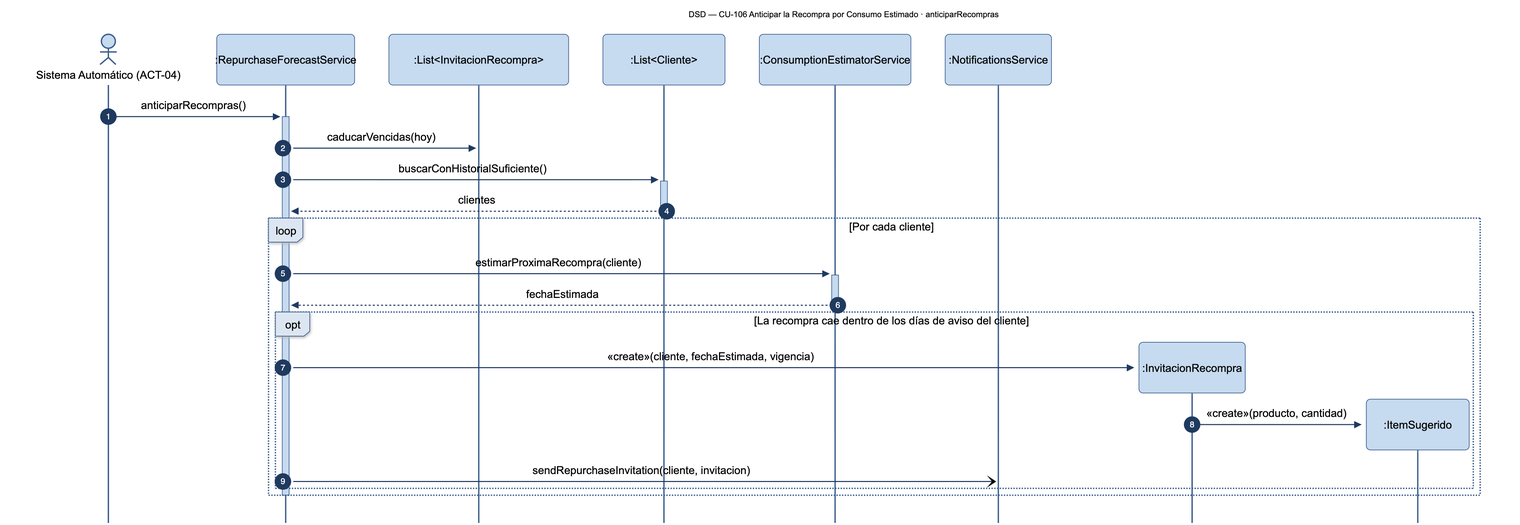
Earlier version of the Mermaid export diagramas/png/DSD_CU-106_anticiparRecompras.png (Nahuelito-Dev/splg-docs). Its source is kept beside it as diagramas/DSD_CU-106_anticiparRecompras.mmd.
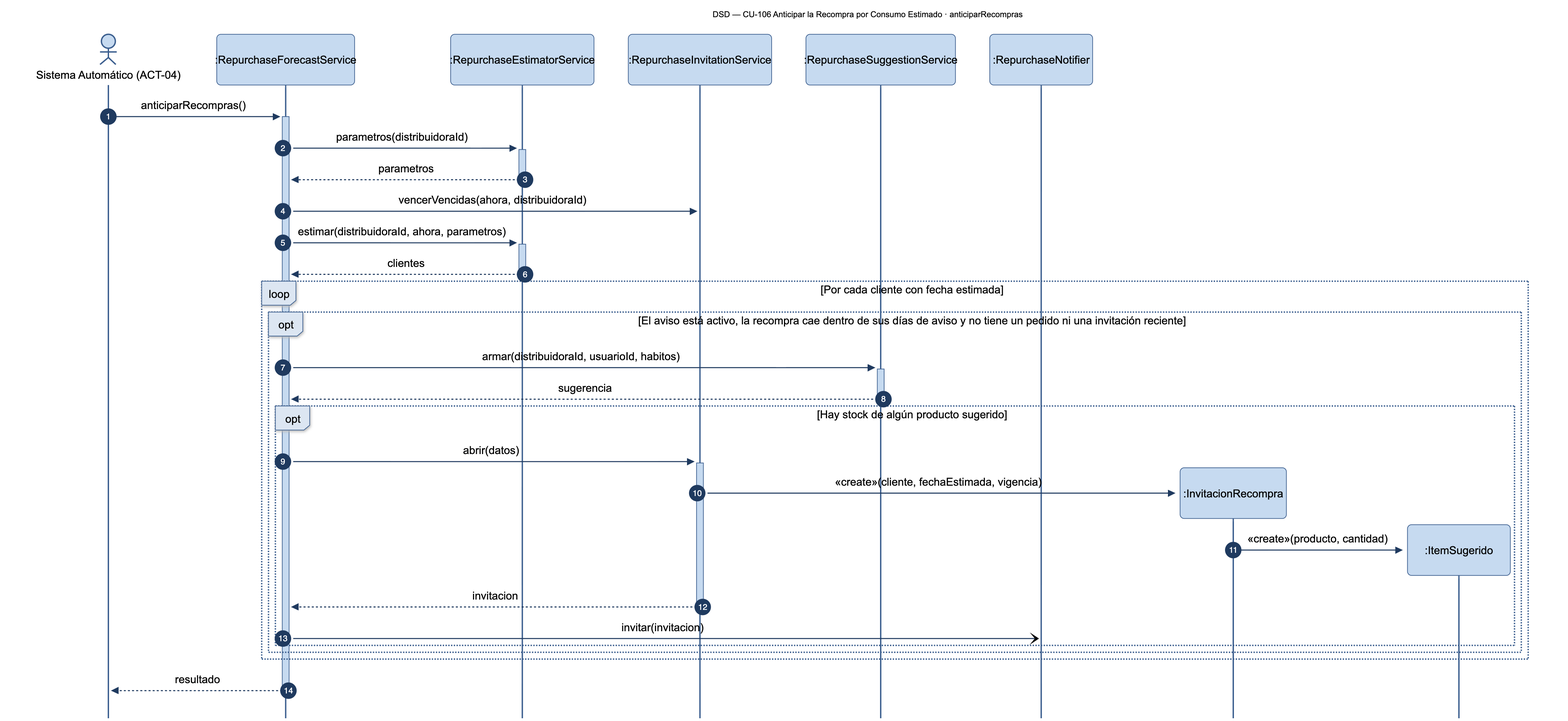
The same diagram one commit later.

Diff of the diagram source:
```diff
@@ -3,24 +3,30 @@
     autonumber
     actor SIS as Sistema Automático (ACT-04)
     participant RFS as :RepurchaseForecastService
-    participant INVS as :List#lt;InvitacionRecompra#gt;
-    participant CLIS as :List#lt;Cliente#gt;
-    participant EST as :ConsumptionEstimatorService
-    participant NOT as :NotificationsService
+    participant EST as :RepurchaseEstimatorService
+    participant INVS as :RepurchaseInvitationService
+    participant SUG as :RepurchaseSuggestionService
+    participant NOT as :RepurchaseNotifier
 
     SIS->>+RFS: anticiparRecompras()
-    RFS->>INVS: caducarVencidas(hoy)
-    RFS->>+CLIS: buscarConHistorialSuficiente()
-    CLIS-->>-RFS: clientes
-    loop Por cada cliente
-        RFS->>+EST: estimarProximaRecompra(cliente)
-        EST-->>-RFS: fechaEstimada
-        opt La recompra cae dentro de los días de aviso del cliente
-            create participant INV as :InvitacionRecompra
-            RFS->>INV: «create»(cliente, fechaEstimada, vigencia)
-            create participant ITS as :ItemSugerido
-            INV->>ITS: «create»(producto, cantidad)
-            RFS-)NOT: sendRepurchaseInvitation(cliente, invitacion)
+    RFS->>+EST: parametros(distribuidoraId)
+    EST-->>-RFS: parametros
+    RFS->>INVS: vencerVencidas(ahora, distribuidoraId)
+    RFS->>+EST: estimar(distribuidoraId, ahora, parametros)
+    EST-->>-RFS: clientes
+    loop Por cada cliente con fecha estimada
+        opt El aviso está activo, la recompra cae dentro de sus días de aviso y no tiene un pedido ni una invitación reciente
+            RFS->>+SUG: armar(distribuidoraId, usuarioId, habitos)
+            SUG-->>-RFS: sugerencia
+            opt Hay stock de algún producto sugerido
+                RFS->>+INVS: abrir(datos)
+                create participant INV as :InvitacionRecompra
+                INVS->>INV: «create»(cliente, fechaEstimada, vigencia)
+                create participant ITS as :ItemSugerido
+                INV->>ITS: «create»(producto, cantidad)
+                INVS-->>-RFS: invitacion
+                RFS-)NOT: invitar(invitacion)
+            end
         end
     end
-    deactivate RFS
+    RFS-->>-SIS: resultado
```
